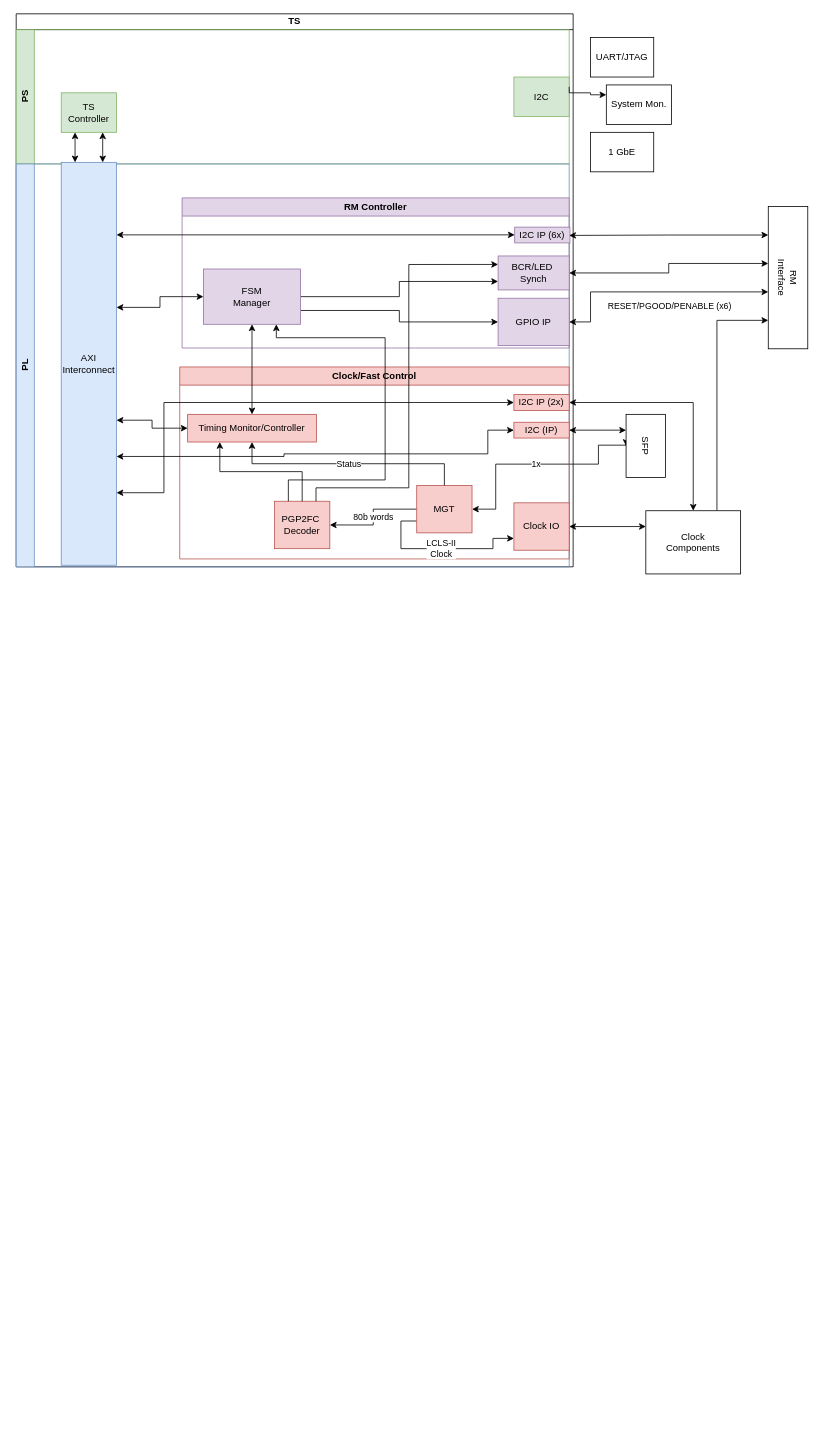
Above: zCCM_firmware.drawio in awhitbeck/drawio (draw.io), before the change. Source tidied: cells renumbered, new cells numbered last; positions are measured from the earlier drawing's top-left corner, leaving out a move shared by most shapes. Both pictures are drawn from the tidied source at 79%, with x=0, y=0 at pixel (16, 13).
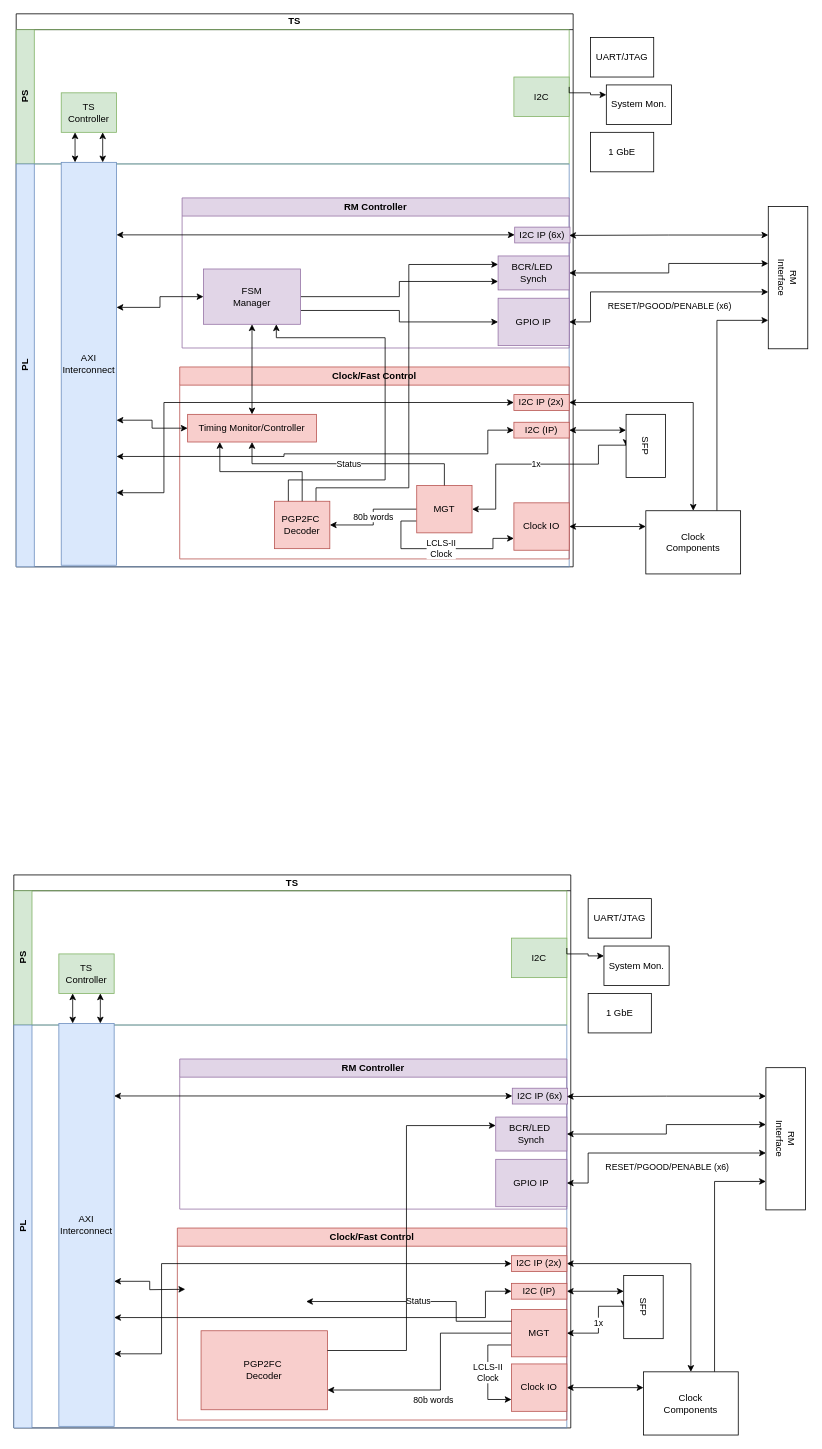
Above is the later version.

Change to the diagram source:
```diff
@@
+    <mxCell id="51" value="TS" style="swimlane;whiteSpace=wrap;html=1;startSize=20;" parent="1" vertex="1">
+      <mxGeometry x="-3" y="1090" width="705" height="700" as="geometry" />
+    </mxCell>
+    <mxCell id="52" value="PS" style="swimlane;horizontal=0;whiteSpace=wrap;html=1;startSize=23;fillColor=#d5e8d4;strokeColor=#82b366;" parent="51" vertex="1">
+      <mxGeometry y="20" width="700" height="170" as="geometry" />
+    </mxCell>
+    <mxCell id="53" value="I2C" style="rounded=0;whiteSpace=wrap;html=1;fillColor=#d5e8d4;strokeColor=#82b366;" parent="52" vertex="1">
+      <mxGeometry x="630" y="60" width="70" height="50" as="geometry" />
+    </mxCell>
+    <mxCell id="54" value="TS Controller" style="rounded=0;whiteSpace=wrap;html=1;fillColor=#d5e8d4;strokeColor=#82b366;" parent="52" vertex="1">
+      <mxGeometry x="57" y="80" width="70" height="50" as="geometry" />
+    </mxCell>
+    <mxCell id="55" value="PL" style="swimlane;horizontal=0;whiteSpace=wrap;html=1;startSize=23;fillColor=#dae8fc;strokeColor=#6c8ebf;" parent="51" vertex="1">
+      <mxGeometry y="190" width="700" height="510" as="geometry" />
+    </mxCell>
+    <mxCell id="56" value="AXI&lt;br&gt;Interconnect" style="rounded=0;whiteSpace=wrap;html=1;points=[[0,0,0,0,0],[0,0.25,0,0,0],[0,0.5,0,0,0],[0,0.75,0,0,0],[0,1,0,0,0],[0.25,0,0,0,0],[0.25,1,0,0,0],[0.5,0,0,0,0],[0.5,1,0,0,0],[0.75,0,0,0,0],[0.75,1,0,0,0],[1,0,0,0,0],[1,0.09,0,0,0],[1,0.18,0,0,0],[1,0.27,0,0,0],[1,0.36,0,0,0],[1,0.45,0,0,0],[1,0.55,0,0,0],[1,0.64,0,0,0],[1,0.73,0,0,0],[1,0.82,0,0,0],[1,0.91,0,0,0],[1,1,0,0,0]];fillColor=#dae8fc;strokeColor=#6c8ebf;" parent="55" vertex="1">
+      <mxGeometry x="57" y="-2" width="70" height="510" as="geometry" />
+    </mxCell>
+    <mxCell id="57" value="RM Controller" style="swimlane;whiteSpace=wrap;html=1;shadow=0;fillColor=#e1d5e7;strokeColor=#9673a6;" parent="55" vertex="1">
+      <mxGeometry x="210" y="43" width="490" height="190" as="geometry" />
+    </mxCell>
+    <mxCell id="58" value="I2C IP (6x)" style="rounded=0;whiteSpace=wrap;html=1;fillColor=#e1d5e7;strokeColor=#9673a6;" parent="57" vertex="1">
+      <mxGeometry x="421" y="37" width="70" height="20" as="geometry" />
+    </mxCell>
+    <mxCell id="59" value="GPIO IP" style="rounded=0;whiteSpace=wrap;html=1;fillColor=#e1d5e7;strokeColor=#9673a6;" parent="57" vertex="1">
+      <mxGeometry x="400" y="127" width="90" height="60" as="geometry" />
+    </mxCell>
+    <mxCell id="60" value="BCR/LED&amp;nbsp;&lt;br&gt;Synch" style="rounded=0;whiteSpace=wrap;html=1;fillColor=#e1d5e7;strokeColor=#9673a6;" parent="57" vertex="1">
+      <mxGeometry x="400" y="73.5" width="90" height="43" as="geometry" />
+    </mxCell>
+    <mxCell id="61" style="edgeStyle=orthogonalEdgeStyle;rounded=0;jettySize=auto;html=1;exitX=0;exitY=0.5;exitDx=0;exitDy=0;entryX=1;entryY=0.18;entryDx=0;entryDy=0;entryPerimeter=0;startArrow=classic;startFill=1;" parent="55" edge="1" source="58" target="56">
+      <mxGeometry relative="1" as="geometry">
+        <Array as="points">
+          <mxPoint x="127" y="90" />
+        </Array>
+      </mxGeometry>
+    </mxCell>
+    <mxCell id="62" style="edgeStyle=orthogonalEdgeStyle;rounded=0;jettySize=auto;html=1;exitX=0.25;exitY=1;exitDx=0;exitDy=0;entryX=0.25;entryY=0;entryDx=0;entryDy=0;entryPerimeter=0;startArrow=classic;startFill=1;" parent="51" edge="1" source="54" target="56">
+      <mxGeometry relative="1" as="geometry" />
+    </mxCell>
+    <mxCell id="63" style="edgeStyle=orthogonalEdgeStyle;rounded=0;jettySize=auto;html=1;exitX=0.75;exitY=1;exitDx=0;exitDy=0;entryX=0.75;entryY=0;entryDx=0;entryDy=0;entryPerimeter=0;startArrow=classic;startFill=1;" parent="51" edge="1" source="54" target="56">
+      <mxGeometry relative="1" as="geometry" />
+    </mxCell>
+    <mxCell id="64" style="edgeStyle=orthogonalEdgeStyle;rounded=0;jettySize=auto;html=1;exitX=0.2;exitY=1;exitDx=0;exitDy=0;exitPerimeter=0;entryX=1;entryY=0.25;entryDx=0;entryDy=0;startArrow=classic;startFill=1;" parent="1" edge="1" source="65" target="57">
+      <mxGeometry relative="1" as="geometry" />
+    </mxCell>
+    <mxCell id="65" value="RM&lt;br&gt;Interface" style="rounded=0;whiteSpace=wrap;html=1;rotation=90;points=[[0,0,0,0,0],[0,0.2,0,0,0],[0,0.25,0,0,0],[0,0.4,0,0,0],[0,0.5,0,0,0],[0,0.6,0,0,0],[0,0.75,0,0,0],[0,0.8,0,0,0],[0,1,0,0,0],[0.2,1,0,0,0],[0.25,0,0,0,0],[0.4,1,0,0,0],[0.5,0,0,0,0],[0.6,1,0,0,0],[0.75,0,0,0,0],[0.8,1,0,0,0],[1,0,0,0,0],[1,0.25,0,0,0],[1,0.5,0,0,0],[1,0.75,0,0,0],[1,1,0,0,0]];" parent="1" vertex="1">
+      <mxGeometry x="884" y="1399" width="180" height="50" as="geometry" />
+    </mxCell>
+    <mxCell id="66" value="1x" style="edgeStyle=orthogonalEdgeStyle;rounded=0;jettySize=auto;html=1;exitX=0.5;exitY=1;exitDx=0;exitDy=0;entryX=1;entryY=0.5;entryDx=0;entryDy=0;startArrow=classic;startFill=1;" parent="1" edge="1" source="68" target="79">
+      <mxGeometry relative="1" as="geometry">
+        <Array as="points">
+          <mxPoint x="769" y="1636" />
+          <mxPoint x="737" y="1636" />
+          <mxPoint x="737" y="1670" />
+        </Array>
+      </mxGeometry>
+    </mxCell>
+    <mxCell id="67" style="edgeStyle=orthogonalEdgeStyle;rounded=0;jettySize=auto;html=1;exitX=0.25;exitY=1;exitDx=0;exitDy=0;entryX=1;entryY=0.5;entryDx=0;entryDy=0;startArrow=classic;startFill=1;" parent="1" edge="1" source="68" target="80">
+      <mxGeometry relative="1" as="geometry" />
+    </mxCell>
+    <mxCell id="68" value="SFP" style="rounded=0;whiteSpace=wrap;html=1;rotation=90;" parent="1" vertex="1">
+      <mxGeometry x="754" y="1612" width="80" height="50" as="geometry" />
+    </mxCell>
+    <mxCell id="69" value="System Mon." style="rounded=0;whiteSpace=wrap;html=1;rotation=0;" parent="1" vertex="1">
+      <mxGeometry x="744" y="1180" width="82.5" height="50" as="geometry" />
+    </mxCell>
+    <mxCell id="70" style="edgeStyle=orthogonalEdgeStyle;rounded=0;jettySize=auto;html=1;exitX=0.5;exitY=0;exitDx=0;exitDy=0;entryX=1;entryY=0.5;entryDx=0;entryDy=0;startArrow=classic;startFill=1;" parent="1" edge="1" source="73" target="83">
+      <mxGeometry relative="1" as="geometry">
+        <Array as="points">
+          <mxPoint x="854" y="1582" />
+        </Array>
+      </mxGeometry>
+    </mxCell>
+    <mxCell id="71" style="edgeStyle=orthogonalEdgeStyle;rounded=0;jettySize=auto;html=1;exitX=0;exitY=0.25;exitDx=0;exitDy=0;entryX=1;entryY=0.5;entryDx=0;entryDy=0;startArrow=classic;startFill=1;" parent="1" edge="1" source="73" target="82">
+      <mxGeometry relative="1" as="geometry">
+        <Array as="points">
+          <mxPoint x="794" y="1739" />
+        </Array>
+      </mxGeometry>
+    </mxCell>
+    <mxCell id="72" style="edgeStyle=orthogonalEdgeStyle;rounded=0;jettySize=auto;html=1;exitX=0.75;exitY=0;exitDx=0;exitDy=0;entryX=0.8;entryY=1;entryDx=0;entryDy=0;entryPerimeter=0;" parent="1" edge="1" source="73" target="65">
+      <mxGeometry relative="1" as="geometry">
+        <Array as="points">
+          <mxPoint x="884" y="1478" />
+        </Array>
+      </mxGeometry>
+    </mxCell>
+    <mxCell id="73" value="Clock&lt;br&gt;Components" style="rounded=0;whiteSpace=wrap;html=1;rotation=0;" parent="1" vertex="1">
+      <mxGeometry x="794" y="1719" width="120" height="80" as="geometry" />
+    </mxCell>
+    <mxCell id="74" value="1 GbE" style="rounded=0;whiteSpace=wrap;html=1;rotation=0;" parent="1" vertex="1">
+      <mxGeometry x="724" y="1240" width="80" height="50" as="geometry" />
+    </mxCell>
+    <mxCell id="75" value="UART/JTAG" style="rounded=0;whiteSpace=wrap;html=1;rotation=0;" parent="1" vertex="1">
+      <mxGeometry x="724" y="1120" width="80" height="50" as="geometry" />
+    </mxCell>
+    <mxCell id="76" value="Clock/Fast Control" style="swimlane;whiteSpace=wrap;html=1;fillColor=#f8cecc;strokeColor=#b85450;" parent="1" vertex="1">
+      <mxGeometry x="204" y="1537" width="493" height="243" as="geometry" />
+    </mxCell>
+    <mxCell id="77" value="80b words" style="edgeStyle=orthogonalEdgeStyle;rounded=0;jettySize=auto;html=1;exitX=0;exitY=0.5;exitDx=0;exitDy=0;entryX=1;entryY=0.75;entryDx=0;entryDy=0;" parent="76" edge="1" source="79" target="81">
+      <mxGeometry x="0.12" y="13" relative="1" as="geometry">
+        <Array as="points">
+          <mxPoint x="333" y="133" />
+          <mxPoint x="333" y="205" />
+        </Array>
+      </mxGeometry>
+    </mxCell>
+    <mxCell id="78" value="LCLS-II&lt;br&gt;Clock" style="edgeStyle=orthogonalEdgeStyle;rounded=0;jettySize=auto;html=1;exitX=0;exitY=0.75;exitDx=0;exitDy=0;entryX=0;entryY=0.75;entryDx=0;entryDy=0;" parent="76" edge="1" source="79" target="82">
+      <mxGeometry relative="1" as="geometry">
+        <Array as="points">
+          <mxPoint x="393" y="148" />
+          <mxPoint x="393" y="217" />
+        </Array>
+      </mxGeometry>
+    </mxCell>
+    <mxCell id="79" value="MGT" style="rounded=0;whiteSpace=wrap;html=1;fillColor=#f8cecc;strokeColor=#b85450;" parent="76" vertex="1">
+      <mxGeometry x="423" y="103" width="70" height="60" as="geometry" />
+    </mxCell>
+    <mxCell id="80" value="I2C (IP)" style="rounded=0;whiteSpace=wrap;html=1;fillColor=#f8cecc;strokeColor=#b85450;" parent="76" vertex="1">
+      <mxGeometry x="423" y="70" width="70" height="20" as="geometry" />
+    </mxCell>
+    <mxCell id="81" value="PGP2FC&amp;nbsp;&lt;br&gt;Decoder" style="rounded=0;whiteSpace=wrap;html=1;fillColor=#f8cecc;strokeColor=#b85450;" parent="76" vertex="1">
+      <mxGeometry x="30" y="130" width="160" height="100" as="geometry" />
+    </mxCell>
+    <mxCell id="82" value="Clock IO" style="rounded=0;whiteSpace=wrap;html=1;fillColor=#f8cecc;strokeColor=#b85450;" parent="76" vertex="1">
+      <mxGeometry x="423" y="172" width="70" height="60" as="geometry" />
+    </mxCell>
+    <mxCell id="83" value="I2C IP (2x)" style="rounded=0;whiteSpace=wrap;html=1;fillColor=#f8cecc;strokeColor=#b85450;" parent="76" vertex="1">
+      <mxGeometry x="423" y="35" width="70" height="20" as="geometry" />
+    </mxCell>
+    <mxCell id="84" value="Status" style="edgeStyle=orthogonalEdgeStyle;rounded=0;jettySize=auto;html=1;exitX=0;exitY=0.25;exitDx=0;exitDy=0;" parent="76" edge="1" source="79">
+      <mxGeometry relative="1" as="geometry">
+        <mxPoint x="163" y="93" as="targetPoint" />
+        <Array as="points">
+          <mxPoint x="353" y="118" />
+          <mxPoint x="353" y="93" />
+        </Array>
+      </mxGeometry>
+    </mxCell>
+    <mxCell id="85" style="edgeStyle=orthogonalEdgeStyle;rounded=0;jettySize=auto;html=1;exitX=1;exitY=0.25;exitDx=0;exitDy=0;entryX=0;entryY=0.25;entryDx=0;entryDy=0;" parent="1" edge="1" source="53" target="69">
+      <mxGeometry relative="1" as="geometry">
+        <Array as="points">
+          <mxPoint x="697" y="1190" />
+          <mxPoint x="724" y="1190" />
+        </Array>
+      </mxGeometry>
+    </mxCell>
+    <mxCell id="86" style="edgeStyle=orthogonalEdgeStyle;rounded=0;jettySize=auto;html=1;entryX=0;entryY=0.25;entryDx=0;entryDy=0;exitX=1;exitY=0.25;exitDx=0;exitDy=0;" parent="1" edge="1" source="81" target="60">
+      <mxGeometry relative="1" as="geometry">
+        <Array as="points">
+          <mxPoint x="494" y="1692" />
+          <mxPoint x="494" y="1407" />
+        </Array>
+      </mxGeometry>
+    </mxCell>
+    <mxCell id="87" style="edgeStyle=orthogonalEdgeStyle;rounded=0;jettySize=auto;html=1;exitX=0;exitY=0.5;exitDx=0;exitDy=0;entryX=1;entryY=0.64;entryDx=0;entryDy=0;entryPerimeter=0;startArrow=classic;startFill=1;" parent="1" edge="1" target="56">
+      <mxGeometry relative="1" as="geometry">
+        <mxPoint x="214" y="1614.5" as="sourcePoint" />
+      </mxGeometry>
+    </mxCell>
+    <mxCell id="88" value="RESET/PGOOD/PENABLE (x6)" style="edgeStyle=orthogonalEdgeStyle;rounded=0;jettySize=auto;html=1;exitX=1;exitY=0.5;exitDx=0;exitDy=0;entryX=0.6;entryY=1;entryDx=0;entryDy=0;startArrow=classic;startFill=1;entryPerimeter=0;" parent="1" edge="1" source="59" target="65">
+      <mxGeometry x="0.14" y="-18" relative="1" as="geometry">
+        <Array as="points">
+          <mxPoint x="724" y="1480" />
+          <mxPoint x="724" y="1442" />
+        </Array>
+      </mxGeometry>
+    </mxCell>
+    <mxCell id="89" style="edgeStyle=orthogonalEdgeStyle;rounded=0;jettySize=auto;html=1;exitX=1;exitY=0.5;exitDx=0;exitDy=0;entryX=0.4;entryY=1;entryDx=0;entryDy=0;startArrow=classic;startFill=1;entryPerimeter=0;" parent="1" edge="1" source="60" target="65">
+      <mxGeometry relative="1" as="geometry" />
+    </mxCell>
+    <mxCell id="90" style="edgeStyle=orthogonalEdgeStyle;rounded=0;jettySize=auto;html=1;exitX=1;exitY=0.73;exitDx=0;exitDy=0;entryX=0;entryY=0.5;entryDx=0;entryDy=0;startArrow=classic;startFill=1;exitPerimeter=0;" parent="1" edge="1" source="56" target="80">
+      <mxGeometry relative="1" as="geometry">
+        <Array as="points">
+          <mxPoint x="594" y="1650" />
+          <mxPoint x="594" y="1617" />
+        </Array>
+      </mxGeometry>
+    </mxCell>
+    <mxCell id="91" style="edgeStyle=orthogonalEdgeStyle;rounded=0;jettySize=auto;html=1;exitX=1;exitY=0.82;exitDx=0;exitDy=0;entryX=0;entryY=0.5;entryDx=0;entryDy=0;startArrow=classic;startFill=1;exitPerimeter=0;" parent="1" edge="1" source="56" target="83">
+      <mxGeometry relative="1" as="geometry">
+        <Array as="points">
+          <mxPoint x="184" y="1696" />
+          <mxPoint x="184" y="1582" />
+        </Array>
+      </mxGeometry>
+    </mxCell>
```
